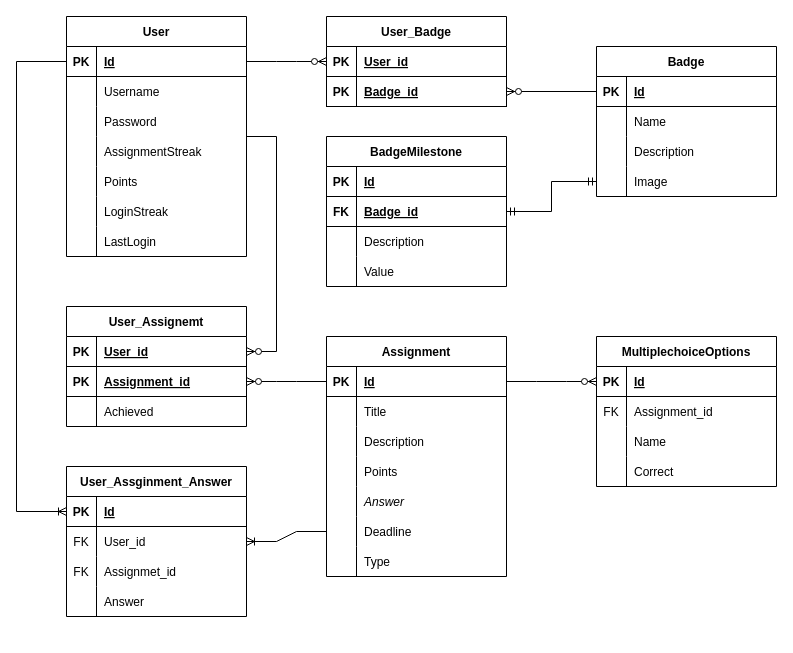
The draw.io diagram ERD/ERD.drawio in HRRood/ROTT, before the edit. Source tidied: cells renumbered, new cells numbered last; positions are measured from the earlier drawing's top-left corner, leaving out a move shared by most shapes. Both pictures are drawn from the tidied source at 100%, with x=0, y=0 at pixel (16, 16).
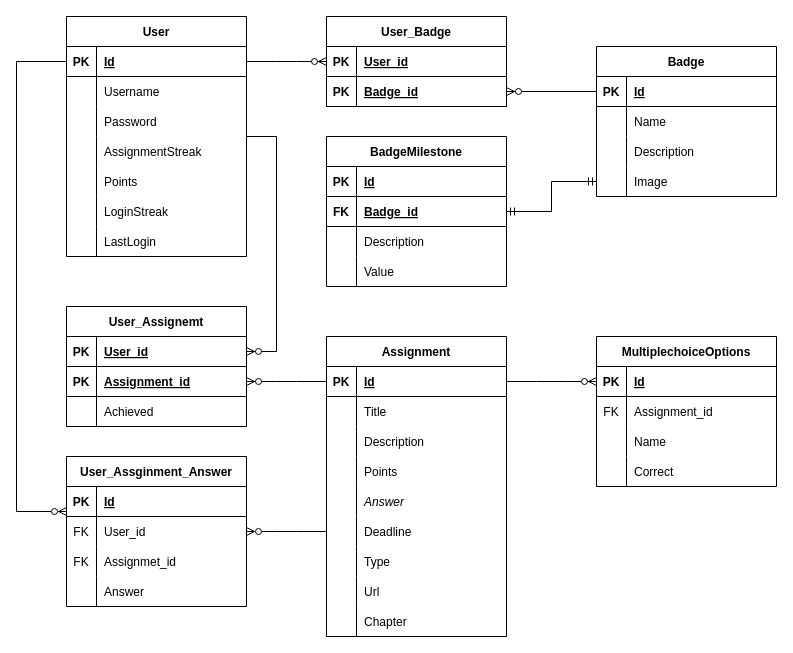
After the change.

The change refers to these unchanged cells:
```xml
<mxCell id="3" style="shape=tableRow;horizontal=0;startSize=0;swimlaneHead=0;swimlaneBody=0;fillColor=none;points=[[0,0.5],[1,0.5]];portConstraint=eastwest;top=0;left=0;right=0;bottom=1;" parent="2" vertex="1">
  <mxGeometry y="30" width="180" height="30" as="geometry" />
</mxCell>
<mxCell id="76" style="shape=tableRow;horizontal=0;startSize=0;swimlaneHead=0;swimlaneBody=0;fillColor=none;points=[[0,0.5],[1,0.5]];portConstraint=eastwest;top=0;left=0;right=0;bottom=0;" parent="60" vertex="1">
  <mxGeometry y="180" width="180" height="30" as="geometry" />
</mxCell>
<mxCell id="109" style="shape=tableRow;horizontal=0;startSize=0;swimlaneHead=0;swimlaneBody=0;fillColor=none;points=[[0,0.5],[1,0.5]];portConstraint=eastwest;top=0;left=0;right=0;bottom=1;" parent="108" vertex="1">
  <mxGeometry y="30" width="180" height="30" as="geometry" />
</mxCell>
<mxCell id="112" style="shape=tableRow;horizontal=0;startSize=0;swimlaneHead=0;swimlaneBody=0;fillColor=none;points=[[0,0.5],[1,0.5]];portConstraint=eastwest;top=0;left=0;right=0;bottom=0;" parent="108" vertex="1">
  <mxGeometry y="60" width="180" height="30" as="geometry" />
</mxCell>
```

Change to the diagram source:
```diff
@@
     <mxCell id="60" value="Assignment" style="shape=table;startSize=30;childLayout=tableLayout;rowLines=0;fontStyle=1;align=center;" parent="1" vertex="1">
-      <mxGeometry x="310" y="320" width="180" height="240" as="geometry" />
+      <mxGeometry x="310" y="320" width="180" height="300" as="geometry" />
     </mxCell>
@@
+    <mxCell id="123" style="shape=tableRow;horizontal=0;startSize=0;swimlaneHead=0;swimlaneBody=0;fillColor=none;top=0;left=0;right=0;bottom=0;" parent="60" vertex="1">
+      <mxGeometry y="240" width="180" height="30" as="geometry" />
+    </mxCell>
+    <mxCell id="124" style="shape=partialRectangle;fillColor=none;top=0;left=0;bottom=0;right=0;overflow=hidden;" parent="123" vertex="1">
+      <mxGeometry width="30" height="30" as="geometry" />
+    </mxCell>
+    <mxCell id="125" value="Url" style="shape=partialRectangle;fillColor=none;top=0;left=0;bottom=0;right=0;align=left;spacingLeft=6;overflow=hidden;" parent="123" vertex="1">
+      <mxGeometry x="30" width="150" height="30" as="geometry" />
+    </mxCell>
+    <mxCell id="126" style="shape=tableRow;horizontal=0;startSize=0;swimlaneHead=0;swimlaneBody=0;fillColor=none;top=0;left=0;right=0;bottom=0;" parent="60" vertex="1">
+      <mxGeometry y="270" width="180" height="30" as="geometry" />
+    </mxCell>
+    <mxCell id="127" style="shape=partialRectangle;fillColor=none;top=0;left=0;bottom=0;right=0;overflow=hidden;" parent="126" vertex="1">
+      <mxGeometry width="30" height="30" as="geometry" />
+    </mxCell>
+    <mxCell id="128" value="Chapter" style="shape=partialRectangle;fillColor=none;top=0;left=0;bottom=0;right=0;align=left;spacingLeft=6;overflow=hidden;" parent="126" vertex="1">
+      <mxGeometry x="30" width="150" height="30" as="geometry" />
+    </mxCell>
@@
     <mxCell id="108" value="User_Assginment_Answer" style="shape=table;startSize=30;childLayout=tableLayout;rowLines=0;fontStyle=1;align=center;" parent="1" vertex="1">
-      <mxGeometry x="50" y="450" width="180" height="150" as="geometry" />
+      <mxGeometry x="50" y="440" width="180" height="150" as="geometry" />
     </mxCell>
@@
-    <mxCell id="121" style="edgeStyle=entityRelationEdgeStyle;fontSize=12;html=1;endArrow=ERoneToMany;rounded=0;elbow=vertical;" parent="1" edge="1" source="76" target="112">
+    <mxCell id="121" style="edgeStyle=entityRelationEdgeStyle;fontSize=12;html=1;endArrow=ERzeroToMany;rounded=0;elbow=vertical;endFill=0;" parent="1" edge="1" source="76" target="112">
       <mxGeometry relative="1" as="geometry" />
     </mxCell>
-    <mxCell id="122" style="fontSize=12;html=1;endArrow=ERoneToMany;rounded=0;elbow=vertical;exitX=0;exitY=0.5;exitDx=0;exitDy=0;entryX=0;entryY=0.5;entryDx=0;entryDy=0;edgeStyle=orthogonalEdgeStyle;" parent="1" edge="1" source="3" target="109">
+    <mxCell id="122" style="fontSize=12;html=1;endArrow=ERzeroToMany;rounded=0;elbow=vertical;exitX=0;exitY=0.5;exitDx=0;exitDy=0;edgeStyle=orthogonalEdgeStyle;endFill=0;" parent="1" edge="1" source="3" target="109">
       <mxGeometry relative="1" as="geometry">
         <Array as="points">
           <mxPoint y="45" />
           <mxPoint y="495" />
         </Array>
       </mxGeometry>
     </mxCell>
```
